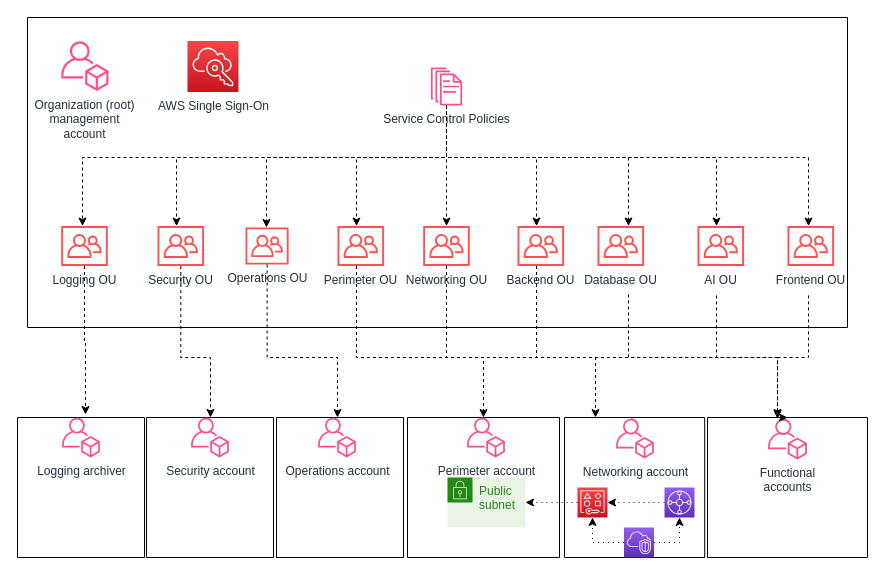
Earlier version of the draw.io diagram terraform_secure_environment_accelerator_diagram_sample.drawio (mnanchev/terraform-aws-secure-environment-accelerator). Source tidied: cells renumbered, new cells numbered last; positions are measured from the earlier drawing's top-left corner, leaving out a move shared by most shapes. Both pictures are drawn from the tidied source at 100%, with x=0, y=0 at pixel (17, 17).
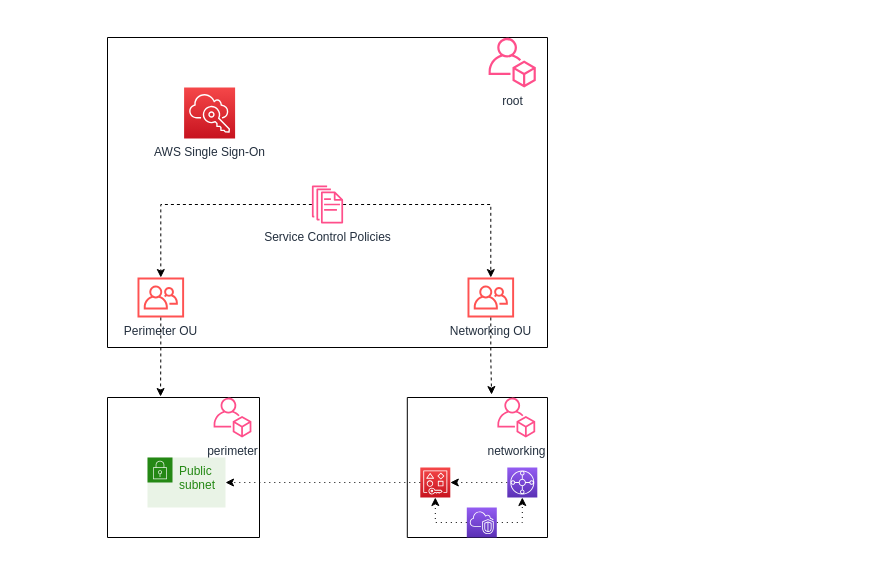
After the change.

The change refers to these unchanged cells:
```xml
<mxCell id="33" style="sketch=0;points=[[0,0,0],[0.25,0,0],[0.5,0,0],[0.75,0,0],[1,0,0],[0,1,0],[0.25,1,0],[0.5,1,0],[0.75,1,0],[1,1,0],[0,0.25,0],[0,0.5,0],[0,0.75,0],[1,0.25,0],[1,0.5,0],[1,0.75,0]];outlineConnect=0;fontColor=#232F3E;gradientColor=#F54749;gradientDirection=north;fillColor=#C7131F;strokeColor=#ffffff;dashed=0;verticalLabelPosition=bottom;verticalAlign=top;align=center;html=1;fontSize=12;fontStyle=0;shape=mxgraph.aws4.resourceIcon;resIcon=mxgraph.aws4.resource_access_manager;" parent="26" vertex="1">
  <mxGeometry x="13" y="70" width="30" height="30" as="geometry" />
</mxCell>
<mxCell id="36" value="Public subnet" style="points=[[0,0],[0.25,0],[0.5,0],[0.75,0],[1,0],[1,0.25],[1,0.5],[1,0.75],[1,1],[0.75,1],[0.5,1],[0.25,1],[0,1],[0,0.75],[0,0.5],[0,0.25]];outlineConnect=0;gradientColor=none;html=1;whiteSpace=wrap;fontSize=12;fontStyle=0;shape=mxgraph.aws4.group;grIcon=mxgraph.aws4.group_security_group;grStroke=0;strokeColor=#248814;fillColor=#E9F3E6;verticalAlign=top;align=left;spacingLeft=30;fontColor=#248814;dashed=0;" parent="34" vertex="1">
  <mxGeometry x="40" y="60" width="78" height="50" as="geometry" />
</mxCell>
```

The edit, as a diff of the source:
```diff
@@
     <mxCell id="2" style="swimlane;startSize=0;" parent="1" vertex="1">
-      <mxGeometry x="10" width="820" height="310" as="geometry" />
+      <mxGeometry x="90" y="20" width="440" height="310" as="geometry" />
     </mxCell>
-    <mxCell id="3" value="&lt;div&gt;Organization (root)&lt;br&gt;&lt;/div&gt;&lt;div&gt; management &lt;br&gt;&lt;/div&gt;&lt;div&gt;account&lt;/div&gt;" style="sketch=0;fontColor=#232F3E;gradientColor=none;fillColor=#FF4F8B;strokeColor=none;dashed=0;verticalLabelPosition=bottom;verticalAlign=top;align=center;html=1;fontSize=12;fontStyle=0;shape=mxgraph.aws4.organizations_account;" parent="2" vertex="1">
-      <mxGeometry x="33.7" y="23.5" width="47.4" height="50" as="geometry" />
+    <mxCell id="3" value="root" style="sketch=0;fontColor=#232F3E;gradientColor=none;fillColor=#FF4F8B;strokeColor=none;dashed=0;verticalLabelPosition=bottom;verticalAlign=top;align=center;html=1;fontSize=12;fontStyle=0;shape=mxgraph.aws4.organizations_account;" parent="2" vertex="1">
+      <mxGeometry x="381" width="47.4" height="50" as="geometry" />
     </mxCell>
     <mxCell id="4" value="AWS Single Sign-On" style="sketch=0;fontColor=#232F3E;gradientColor=#F54749;gradientDirection=north;fillColor=#C7131F;strokeColor=#ffffff;dashed=0;verticalLabelPosition=bottom;verticalAlign=top;align=center;html=1;fontSize=12;fontStyle=0;shape=mxgraph.aws4.resourceIcon;resIcon=mxgraph.aws4.single_sign_on;" parent="2" vertex="1">
-      <mxGeometry x="160" y="23.5" width="51" height="51" as="geometry" />
+      <mxGeometry x="76.6" y="50" width="51" height="51" as="geometry" />
     </mxCell>
-    <mxCell id="5" value="Backend OU" style="sketch=0;outlineConnect=0;fontColor=#232F3E;gradientColor=none;fillColor=#FF5252;strokeColor=none;dashed=0;verticalLabelPosition=bottom;verticalAlign=top;align=center;html=1;fontSize=12;fontStyle=0;shape=mxgraph.aws4.organizations_organizational_unit;" parent="2" vertex="1">
-      <mxGeometry x="490" y="208.5" width="46.6" height="40" as="geometry" />
-    </mxCell>
-    <mxCell id="6" value="Operations OU" style="sketch=0;outlineConnect=0;fontColor=#232F3E;gradientColor=none;fillColor=#FF5252;strokeColor=none;dashed=0;verticalLabelPosition=bottom;verticalAlign=top;align=center;html=1;fontSize=12;fontStyle=0;shape=mxgraph.aws4.organizations_organizational_unit;" parent="2" vertex="1">
-      <mxGeometry x="218" y="210" width="43.1" height="37" as="geometry" />
-    </mxCell>
-    <mxCell id="7" value="Database OU" style="sketch=0;outlineConnect=0;fontColor=#232F3E;gradientColor=none;fillColor=#FF5252;strokeColor=none;dashed=0;verticalLabelPosition=bottom;verticalAlign=top;align=center;html=1;fontSize=12;fontStyle=0;shape=mxgraph.aws4.organizations_organizational_unit;" parent="2" vertex="1">
-      <mxGeometry x="570" y="208.5" width="46.6" height="40" as="geometry" />
-    </mxCell>
-    <mxCell id="8" value="Security OU" style="sketch=0;outlineConnect=0;fontColor=#232F3E;gradientColor=none;fillColor=#FF5252;strokeColor=none;dashed=0;verticalLabelPosition=bottom;verticalAlign=top;align=center;html=1;fontSize=12;fontStyle=0;shape=mxgraph.aws4.organizations_organizational_unit;" parent="2" vertex="1">
-      <mxGeometry x="130" y="208.5" width="46.6" height="40" as="geometry" />
-    </mxCell>
     <mxCell id="9" value="Perimeter OU" style="sketch=0;outlineConnect=0;fontColor=#232F3E;gradientColor=none;fillColor=#FF5252;strokeColor=none;dashed=0;verticalLabelPosition=bottom;verticalAlign=top;align=center;html=1;fontSize=12;fontStyle=0;shape=mxgraph.aws4.organizations_organizational_unit;" parent="2" vertex="1">
-      <mxGeometry x="310" y="208.5" width="46.6" height="40" as="geometry" />
+      <mxGeometry x="30" y="240" width="46.6" height="40" as="geometry" />
     </mxCell>
-    <mxCell id="10" value="Frontend OU" style="sketch=0;outlineConnect=0;fontColor=#232F3E;gradientColor=none;fillColor=#FF5252;strokeColor=none;dashed=0;verticalLabelPosition=bottom;verticalAlign=top;align=center;html=1;fontSize=12;fontStyle=0;shape=mxgraph.aws4.organizations_organizational_unit;" parent="2" vertex="1">
-      <mxGeometry x="760" y="208.5" width="46.6" height="40" as="geometry" />
-    </mxCell>
     <mxCell id="11" value="Networking OU" style="sketch=0;outlineConnect=0;fontColor=#232F3E;gradientColor=none;fillColor=#FF5252;strokeColor=none;dashed=0;verticalLabelPosition=bottom;verticalAlign=top;align=center;html=1;fontSize=12;fontStyle=0;shape=mxgraph.aws4.organizations_organizational_unit;" parent="2" vertex="1">
-      <mxGeometry x="395.7" y="208.5" width="46.6" height="40" as="geometry" />
+      <mxGeometry x="360" y="240" width="46.6" height="40" as="geometry" />
     </mxCell>
-    <mxCell id="12" value="AI OU" style="sketch=0;outlineConnect=0;fontColor=#232F3E;gradientColor=none;fillColor=#FF5252;strokeColor=none;dashed=0;verticalLabelPosition=bottom;verticalAlign=top;align=center;html=1;fontSize=12;fontStyle=0;shape=mxgraph.aws4.organizations_organizational_unit;" parent="2" vertex="1">
-      <mxGeometry x="670" y="208.5" width="46.6" height="40" as="geometry" />
-    </mxCell>
-    <mxCell id="13" value="Logging OU" style="sketch=0;outlineConnect=0;fontColor=#232F3E;gradientColor=none;fillColor=#FF5252;strokeColor=none;dashed=0;verticalLabelPosition=bottom;verticalAlign=top;align=center;html=1;fontSize=12;fontStyle=0;shape=mxgraph.aws4.organizations_organizational_unit;" parent="2" vertex="1">
-      <mxGeometry x="33.7" y="208.5" width="46.6" height="40" as="geometry" />
-    </mxCell>
+    <mxCell id="15" style="edgeStyle=orthogonalEdgeStyle;rounded=0;jettySize=auto;html=1;dashed=1;" parent="2" edge="1" source="23" target="9">
+      <mxGeometry relative="1" as="geometry" />
+    </mxCell>
-    <mxCell id="14" style="edgeStyle=orthogonalEdgeStyle;rounded=0;jettySize=auto;html=1;dashed=1;strokeColor=default;labelBackgroundColor=default;fontColor=default;" parent="2" edge="1" source="23" target="11">
+    <mxCell id="14" style="edgeStyle=orthogonalEdgeStyle;rounded=0;jettySize=auto;html=1;dashed=1;" parent="2" edge="1" source="23" target="11">
       <mxGeometry relative="1" as="geometry" />
     </mxCell>
-    <mxCell id="15" style="edgeStyle=orthogonalEdgeStyle;rounded=0;jettySize=auto;html=1;dashed=1;strokeColor=default;labelBackgroundColor=default;fontColor=default;" parent="2" edge="1" source="23" target="9">
-      <mxGeometry relative="1" as="geometry">
-        <Array as="points">
-          <mxPoint x="419" y="140" />
-          <mxPoint x="329" y="140" />
-        </Array>
-      </mxGeometry>
-    </mxCell>
-    <mxCell id="16" style="edgeStyle=orthogonalEdgeStyle;rounded=0;jettySize=auto;html=1;dashed=1;strokeColor=default;labelBackgroundColor=default;fontColor=default;" parent="2" edge="1" source="23" target="5">
-      <mxGeometry relative="1" as="geometry">
-        <Array as="points">
-          <mxPoint x="419" y="140" />
-          <mxPoint x="509" y="140" />
-        </Array>
-      </mxGeometry>
-    </mxCell>
-    <mxCell id="17" style="edgeStyle=orthogonalEdgeStyle;rounded=0;jettySize=auto;html=1;dashed=1;strokeColor=default;labelBackgroundColor=default;fontColor=default;" parent="2" edge="1" source="23" target="6">
-      <mxGeometry relative="1" as="geometry">
-        <Array as="points">
-          <mxPoint x="419" y="140" />
-          <mxPoint x="239" y="140" />
-        </Array>
-      </mxGeometry>
-    </mxCell>
-    <mxCell id="18" style="edgeStyle=orthogonalEdgeStyle;rounded=0;jettySize=auto;html=1;dashed=1;strokeColor=default;labelBackgroundColor=default;fontColor=default;" parent="2" edge="1" source="23" target="7">
-      <mxGeometry relative="1" as="geometry">
-        <Array as="points">
-          <mxPoint x="419" y="140" />
-          <mxPoint x="601" y="140" />
-        </Array>
-      </mxGeometry>
-    </mxCell>
-    <mxCell id="19" style="edgeStyle=orthogonalEdgeStyle;rounded=0;jettySize=auto;html=1;dashed=1;strokeColor=default;labelBackgroundColor=default;fontColor=default;" parent="2" edge="1" source="23" target="8">
-      <mxGeometry relative="1" as="geometry">
-        <Array as="points">
-          <mxPoint x="419" y="140" />
-          <mxPoint x="149" y="140" />
-        </Array>
-      </mxGeometry>
-    </mxCell>
-    <mxCell id="20" style="edgeStyle=orthogonalEdgeStyle;rounded=0;jettySize=auto;html=1;dashed=1;strokeColor=default;labelBackgroundColor=default;fontColor=default;" parent="2" edge="1" source="23" target="12">
-      <mxGeometry relative="1" as="geometry">
-        <Array as="points">
-          <mxPoint x="419" y="140" />
-          <mxPoint x="689" y="140" />
-        </Array>
-      </mxGeometry>
-    </mxCell>
-    <mxCell id="21" style="edgeStyle=orthogonalEdgeStyle;rounded=0;jettySize=auto;html=1;dashed=1;strokeColor=default;labelBackgroundColor=default;fontColor=default;" parent="2" edge="1" source="23" target="10">
-      <mxGeometry relative="1" as="geometry">
-        <Array as="points">
-          <mxPoint x="419" y="140" />
-          <mxPoint x="781" y="140" />
-        </Array>
-      </mxGeometry>
-    </mxCell>
-    <mxCell id="22" style="edgeStyle=orthogonalEdgeStyle;rounded=0;jettySize=auto;html=1;dashed=1;strokeColor=default;labelBackgroundColor=default;fontColor=default;" parent="2" edge="1" source="23" target="13">
-      <mxGeometry relative="1" as="geometry">
-        <Array as="points">
-          <mxPoint x="419" y="140" />
-          <mxPoint x="55" y="140" />
-        </Array>
-      </mxGeometry>
-    </mxCell>
     <mxCell id="23" value="Service Control Policies" style="sketch=0;outlineConnect=0;fontColor=#232F3E;gradientColor=none;fillColor=#FF4F8B;strokeColor=none;dashed=0;verticalLabelPosition=bottom;verticalAlign=top;align=center;html=1;fontSize=12;fontStyle=0;shape=mxgraph.aws4.documents;" parent="2" vertex="1">
-      <mxGeometry x="403.4" y="50" width="31.2" height="38" as="geometry" />
+      <mxGeometry x="204.4" y="148" width="31.2" height="38" as="geometry" />
     </mxCell>
-    <mxCell id="24" style="swimlane;startSize=0;fillColor=default;strokeColor=default;fontColor=default;" parent="1" vertex="1">
-      <mxGeometry x="690" y="400" width="160" height="140" as="geometry" />
-    </mxCell>
-    <mxCell id="25" value="&lt;div&gt;Functional &lt;br&gt;&lt;/div&gt;&lt;div&gt;accounts&lt;/div&gt;" style="sketch=0;fontColor=#232F3E;gradientColor=none;fillColor=#FF4F8B;strokeColor=none;dashed=0;verticalLabelPosition=bottom;verticalAlign=top;align=center;html=1;fontSize=12;fontStyle=0;shape=mxgraph.aws4.organizations_account;" parent="24" vertex="1">
-      <mxGeometry x="60.5" y="1" width="39" height="41.1" as="geometry" />
-    </mxCell>
     <mxCell id="26" style="swimlane;startSize=0;fillColor=default;strokeColor=default;fontColor=default;" parent="1" vertex="1">
-      <mxGeometry x="547" y="400" width="140.2" height="140" as="geometry" />
+      <mxGeometry x="389.8" y="380" width="140.2" height="140" as="geometry" />
     </mxCell>
-    <mxCell id="27" value="Networking account" style="sketch=0;fontColor=#232F3E;gradientColor=none;fillColor=#FF4F8B;strokeColor=none;dashed=0;verticalLabelPosition=bottom;verticalAlign=top;align=center;html=1;fontSize=12;fontStyle=0;shape=mxgraph.aws4.organizations_account;" parent="26" vertex="1">
-      <mxGeometry x="51.5" y="1" width="38" height="40" as="geometry" />
+    <mxCell id="27" value="networking" style="sketch=0;fontColor=#232F3E;gradientColor=none;fillColor=#FF4F8B;strokeColor=none;dashed=0;verticalLabelPosition=bottom;verticalAlign=top;align=center;html=1;fontSize=12;fontStyle=0;shape=mxgraph.aws4.organizations_account;" parent="26" vertex="1">
+      <mxGeometry x="90" width="38" height="40" as="geometry" />
     </mxCell>
@@
     <mxCell id="34" style="swimlane;startSize=0;fillColor=default;strokeColor=default;fontColor=default;" parent="1" vertex="1">
-      <mxGeometry x="390" y="400" width="152" height="140" as="geometry" />
+      <mxGeometry x="90" y="380" width="152" height="140" as="geometry" />
     </mxCell>
-    <mxCell id="35" value="Perimeter account" style="sketch=0;fontColor=#232F3E;gradientColor=none;fillColor=#FF4F8B;strokeColor=none;dashed=0;verticalLabelPosition=bottom;verticalAlign=top;align=center;html=1;fontSize=12;fontStyle=0;shape=mxgraph.aws4.organizations_account;" parent="34" vertex="1">
-      <mxGeometry x="59.5" width="38" height="40" as="geometry" />
+    <mxCell id="35" value="perimeter" style="sketch=0;fontColor=#232F3E;gradientColor=none;fillColor=#FF4F8B;strokeColor=none;dashed=0;verticalLabelPosition=bottom;verticalAlign=top;align=center;html=1;fontSize=12;fontStyle=0;shape=mxgraph.aws4.organizations_account;" parent="34" vertex="1">
+      <mxGeometry x="106" width="38" height="40" as="geometry" />
     </mxCell>
@@
-    <mxCell id="37" style="edgeStyle=orthogonalEdgeStyle;rounded=0;orthogonalLoop=1;jettySize=auto;html=1;entryX=0.5;entryY=0;entryDx=0;entryDy=0;dashed=1;strokeColor=default;labelBackgroundColor=default;fontColor=default;" parent="1" edge="1">
-      <mxGeometry relative="1" as="geometry">
-        <mxPoint x="791" y="277.9" as="sourcePoint" />
-        <mxPoint x="760" y="401" as="targetPoint" />
-        <Array as="points">
-          <mxPoint x="791" y="340" />
-          <mxPoint x="760" y="340" />
-        </Array>
-      </mxGeometry>
-    </mxCell>
-    <mxCell id="38" style="edgeStyle=orthogonalEdgeStyle;rounded=0;jettySize=auto;html=1;entryX=0.5;entryY=0;entryDx=0;entryDy=0;dashed=1;strokeColor=default;labelBackgroundColor=default;fontColor=default;" parent="1" edge="1" source="5" target="24">
-      <mxGeometry relative="1" as="geometry">
-        <Array as="points">
-          <mxPoint x="519" y="340" />
-          <mxPoint x="760" y="340" />
-        </Array>
-      </mxGeometry>
-    </mxCell>
-    <mxCell id="39" style="edgeStyle=orthogonalEdgeStyle;rounded=0;orthogonalLoop=1;jettySize=auto;html=1;dashed=1;strokeColor=default;labelBackgroundColor=default;fontColor=default;" parent="1" edge="1">
-      <mxGeometry relative="1" as="geometry">
-        <mxPoint x="699" y="277.9" as="sourcePoint" />
-        <mxPoint x="760" y="401" as="targetPoint" />
-        <Array as="points">
-          <mxPoint x="699" y="340" />
-          <mxPoint x="760" y="340" />
-        </Array>
-      </mxGeometry>
-    </mxCell>
-    <mxCell id="40" style="edgeStyle=orthogonalEdgeStyle;rounded=0;orthogonalLoop=1;jettySize=auto;html=1;entryX=0.5;entryY=0;entryDx=0;entryDy=0;dashed=1;strokeColor=default;labelBackgroundColor=default;fontColor=default;" parent="1" edge="1">
-      <mxGeometry relative="1" as="geometry">
-        <mxPoint x="611" y="276.9" as="sourcePoint" />
-        <mxPoint x="760" y="400" as="targetPoint" />
-        <Array as="points">
-          <mxPoint x="611" y="340" />
-          <mxPoint x="760" y="340" />
-        </Array>
-      </mxGeometry>
-    </mxCell>
+    <mxCell id="52" style="edgeStyle=orthogonalEdgeStyle;rounded=0;jettySize=auto;html=1;entryX=1;entryY=0.5;entryDx=0;entryDy=0;dashed=1;dashPattern=1 4;" parent="1" edge="1" source="33" target="36">
+      <mxGeometry relative="1" as="geometry" />
+    </mxCell>
+    <mxCell id="42" style="edgeStyle=orthogonalEdgeStyle;rounded=0;jettySize=auto;html=1;entryX=0.349;entryY=-0.007;entryDx=0;entryDy=0;entryPerimeter=0;dashed=1;" parent="1" edge="1" source="9" target="34">
+      <mxGeometry relative="1" as="geometry" />
+    </mxCell>
-    <mxCell id="41" style="edgeStyle=orthogonalEdgeStyle;rounded=0;jettySize=auto;html=1;dashed=1;strokeColor=default;labelBackgroundColor=default;fontColor=default;" parent="1" edge="1" source="11" target="26">
-      <mxGeometry relative="1" as="geometry">
-        <Array as="points">
-          <mxPoint x="429" y="340" />
-          <mxPoint x="578" y="340" />
-        </Array>
-      </mxGeometry>
+    <mxCell id="41" style="edgeStyle=orthogonalEdgeStyle;rounded=0;jettySize=auto;html=1;entryX=0.601;entryY=-0.021;entryDx=0;entryDy=0;entryPerimeter=0;dashed=1;" parent="1" edge="1" source="11" target="26">
+      <mxGeometry relative="1" as="geometry" />
     </mxCell>
-    <mxCell id="42" style="edgeStyle=orthogonalEdgeStyle;rounded=0;jettySize=auto;html=1;dashed=1;strokeColor=default;labelBackgroundColor=default;fontColor=default;" parent="1" edge="1" source="9" target="34">
-      <mxGeometry relative="1" as="geometry">
-        <Array as="points">
-          <mxPoint x="339" y="340" />
-          <mxPoint x="466" y="340" />
-        </Array>
-      </mxGeometry>
-    </mxCell>
-    <mxCell id="43" style="swimlane;startSize=0;fillColor=default;strokeColor=default;fontColor=default;" parent="1" vertex="1">
-      <mxGeometry x="259" y="400" width="127" height="140" as="geometry" />
-    </mxCell>
-    <mxCell id="44" value="Operations account" style="sketch=0;outlineConnect=0;fontColor=#232F3E;gradientColor=none;fillColor=#FF4F8B;strokeColor=none;dashed=0;verticalLabelPosition=bottom;verticalAlign=top;align=center;html=1;fontSize=12;fontStyle=0;shape=mxgraph.aws4.organizations_account;" parent="43" vertex="1">
-      <mxGeometry x="41.5" width="38" height="40" as="geometry" />
-    </mxCell>
-    <mxCell id="45" style="swimlane;startSize=0;fillColor=default;strokeColor=default;fontColor=default;" parent="1" vertex="1">
-      <mxGeometry x="129" y="400" width="127" height="140" as="geometry" />
-    </mxCell>
-    <mxCell id="46" value="Security account" style="sketch=0;outlineConnect=0;fontColor=#232F3E;gradientColor=none;fillColor=#FF4F8B;strokeColor=none;dashed=0;verticalLabelPosition=bottom;verticalAlign=top;align=center;html=1;fontSize=12;fontStyle=0;shape=mxgraph.aws4.organizations_account;" parent="45" vertex="1">
-      <mxGeometry x="44.5" width="38" height="40" as="geometry" />
-    </mxCell>
-    <mxCell id="47" style="edgeStyle=orthogonalEdgeStyle;rounded=0;jettySize=auto;html=1;dashed=1;labelBackgroundColor=default;fontColor=default;strokeColor=default;" parent="1" edge="1" source="6" target="44">
-      <mxGeometry relative="1" as="geometry">
-        <Array as="points">
-          <mxPoint x="249" y="340" />
-          <mxPoint x="320" y="340" />
-        </Array>
-      </mxGeometry>
-    </mxCell>
-    <mxCell id="48" style="swimlane;startSize=0;fillColor=default;strokeColor=default;fontColor=default;" parent="1" vertex="1">
-      <mxGeometry y="400" width="127" height="140" as="geometry" />
-    </mxCell>
-    <mxCell id="49" value="Logging archiver" style="sketch=0;outlineConnect=0;fontColor=#232F3E;gradientColor=none;fillColor=#FF4F8B;strokeColor=none;dashed=0;verticalLabelPosition=bottom;verticalAlign=top;align=center;html=1;fontSize=12;fontStyle=0;shape=mxgraph.aws4.organizations_account;" parent="48" vertex="1">
-      <mxGeometry x="44.5" width="38" height="40" as="geometry" />
-    </mxCell>
-    <mxCell id="50" style="edgeStyle=orthogonalEdgeStyle;rounded=0;jettySize=auto;html=1;entryX=0.619;entryY=-0.075;entryDx=0;entryDy=0;entryPerimeter=0;dashed=1;labelBackgroundColor=default;fontColor=default;strokeColor=default;" parent="1" edge="1" source="13" target="49">
-      <mxGeometry relative="1" as="geometry" />
-    </mxCell>
-    <mxCell id="51" style="edgeStyle=orthogonalEdgeStyle;rounded=0;jettySize=auto;html=1;dashed=1;labelBackgroundColor=default;fontColor=default;strokeColor=default;" parent="1" edge="1" source="8" target="46">
-      <mxGeometry relative="1" as="geometry">
-        <Array as="points">
-          <mxPoint x="163" y="340" />
-          <mxPoint x="193" y="340" />
-        </Array>
-      </mxGeometry>
-    </mxCell>
-    <mxCell id="52" style="edgeStyle=orthogonalEdgeStyle;rounded=0;jettySize=auto;html=1;entryX=1;entryY=0.5;entryDx=0;entryDy=0;dashed=1;dashPattern=1 4;" parent="1" edge="1" source="33" target="36">
-      <mxGeometry relative="1" as="geometry" />
-    </mxCell>
```
